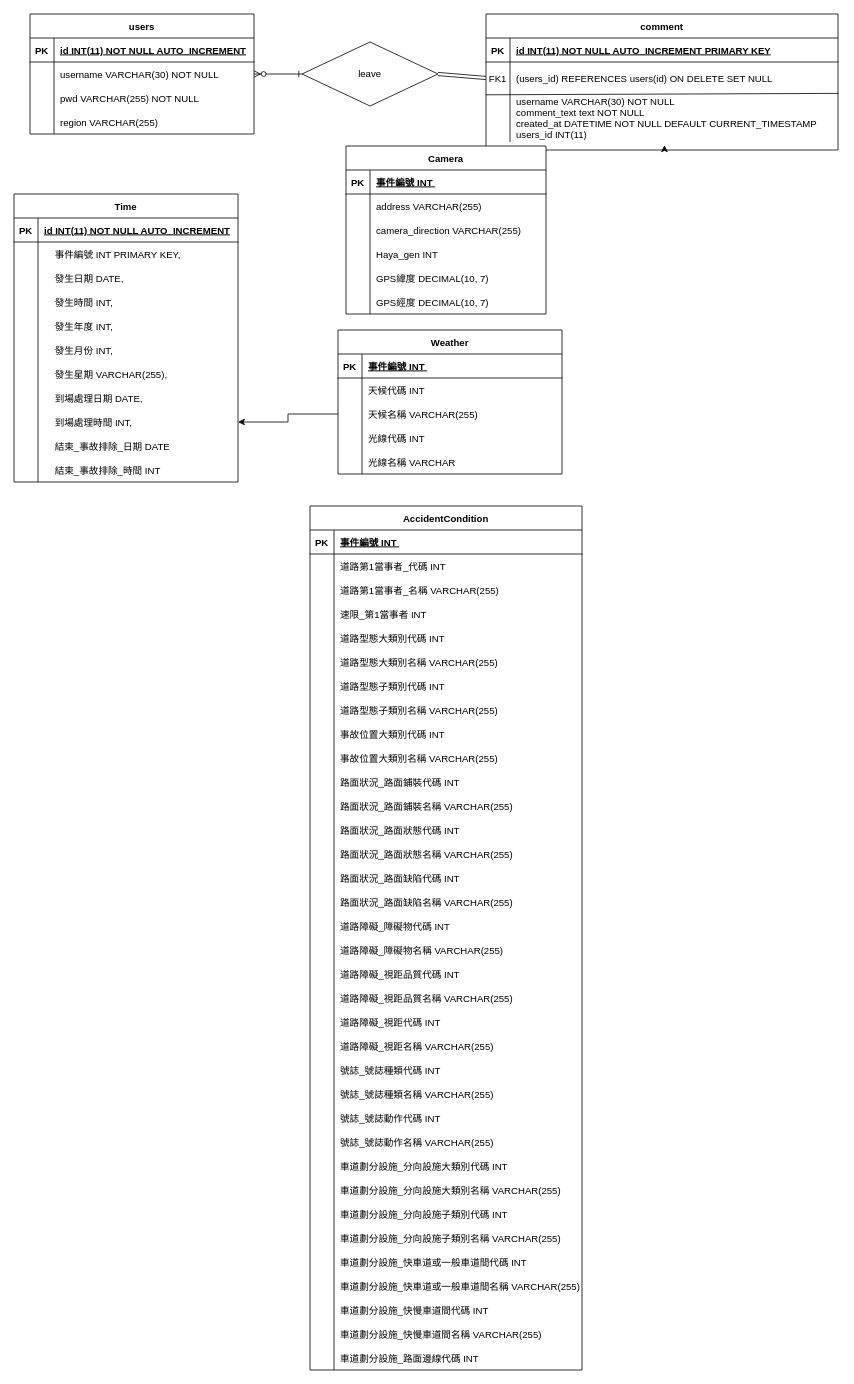
Earlier version of the draw.io diagram 未命名绘图.drawio (Allenwang2004/DatabaseFinalproject). Source tidied: cells renumbered, new cells numbered last; positions are measured from the earlier drawing's top-left corner, leaving out a move shared by most shapes. Both pictures are drawn from the tidied source at 80%, with x=0, y=0 at pixel (14, 14).
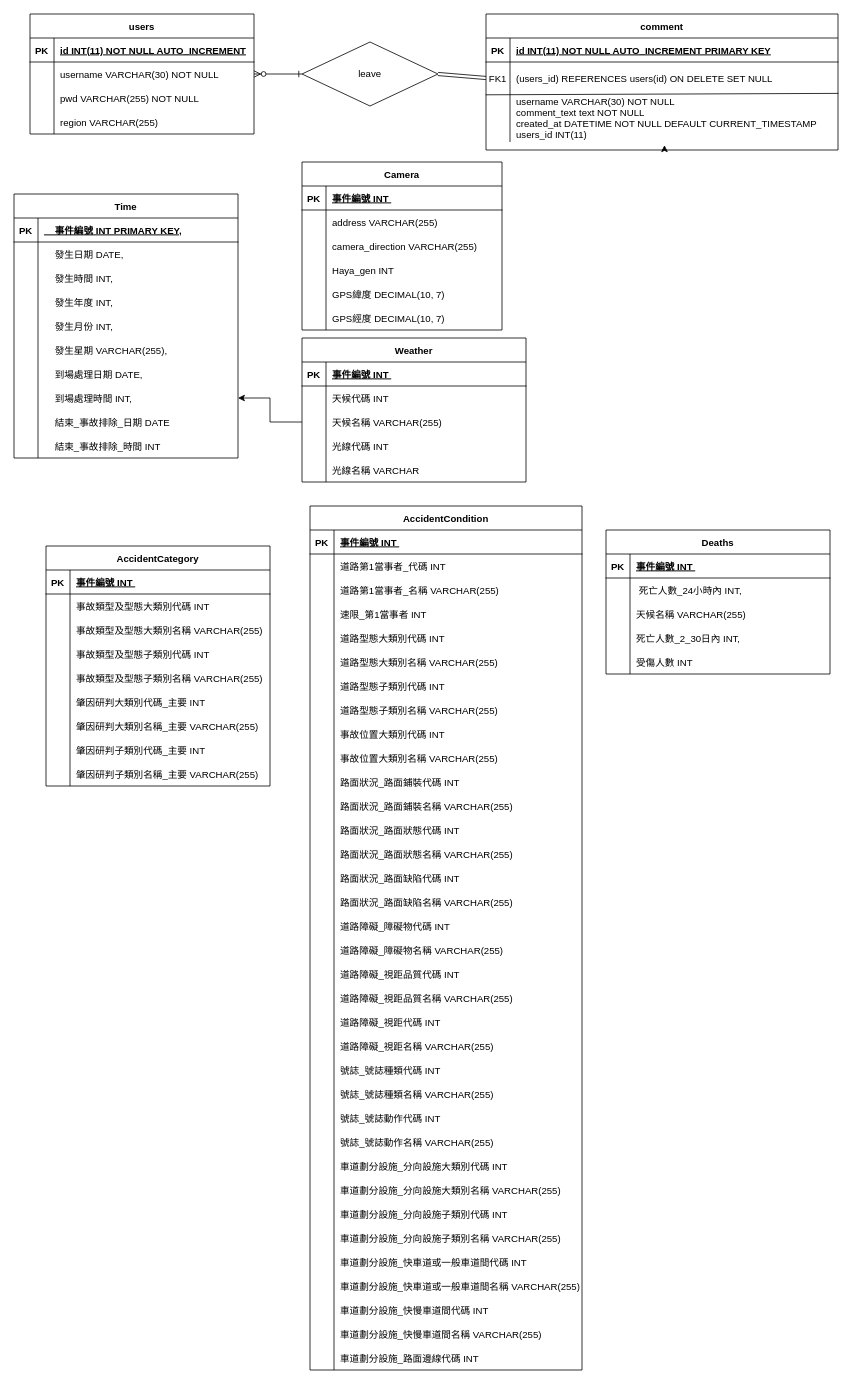
The same diagram, later.

Commit message (it also covers changes not shown here):
更新未命名绘图.drawio

Unchanged cells that the change refers to:
```xml
<mxCell id="48" style="shape=partialRectangle;fillColor=none;top=0;left=0;right=0;bottom=1;" parent="47" vertex="1">
  <mxGeometry y="30" width="280" height="30" as="geometry" />
</mxCell>
```

The edit, as a diff of the source:
```diff
@@
     <mxCell id="15" value="Camera" style="shape=table;startSize=30;childLayout=tableLayout;rowLines=0;fontStyle=1;align=center;" parent="1" vertex="1">
-      <mxGeometry x="415" y="165" width="250" height="210" as="geometry" />
+      <mxGeometry x="360" y="185" width="250" height="210" as="geometry" />
     </mxCell>
@@
     <mxCell id="47" value="Time" style="shape=table;startSize=30;childLayout=tableLayout;rowLines=0;fontStyle=1;align=center;" parent="1" vertex="1">
-      <mxGeometry y="225" width="280" height="360" as="geometry" />
+      <mxGeometry y="225" width="280" height="330" as="geometry" />
     </mxCell>
@@
-    <mxCell id="50" value="id INT(11) NOT NULL AUTO_INCREMENT" style="shape=partialRectangle;overflow=hidden;fillColor=none;top=0;left=0;bottom=0;right=0;align=left;spacingLeft=6;fontStyle=5;" parent="48" vertex="1">
+    <mxCell id="50" value="    事件編號 INT PRIMARY KEY," style="shape=partialRectangle;overflow=hidden;fillColor=none;top=0;left=0;bottom=0;right=0;align=left;spacingLeft=6;fontStyle=5;" parent="48" vertex="1">
       <mxGeometry x="30" width="250" height="30" as="geometry" />
     </mxCell>
-    <mxCell id="51" style="shape=partialRectangle;fillColor=none;top=0;left=0;right=0;bottom=0;" parent="47" vertex="1">
-      <mxGeometry y="60" width="280" height="30" as="geometry" />
-    </mxCell>
-    <mxCell id="52" style="shape=partialRectangle;overflow=hidden;fillColor=none;top=0;left=0;bottom=0;right=0;" parent="51" vertex="1">
-      <mxGeometry width="30" height="30" as="geometry" />
-    </mxCell>
-    <mxCell id="53" value="    事件編號 INT PRIMARY KEY," style="shape=partialRectangle;overflow=hidden;fillColor=none;top=0;left=0;bottom=0;right=0;align=left;spacingLeft=6;" parent="51" vertex="1">
-      <mxGeometry x="30" width="250" height="30" as="geometry" />
-    </mxCell>
     <mxCell id="54" style="shape=partialRectangle;fillColor=none;top=0;left=0;right=0;bottom=0;" parent="47" vertex="1">
-      <mxGeometry y="90" width="280" height="30" as="geometry" />
+      <mxGeometry y="60" width="280" height="30" as="geometry" />
     </mxCell>
@@
     <mxCell id="57" style="shape=partialRectangle;fillColor=none;top=0;left=0;right=0;bottom=0;" parent="47" vertex="1">
-      <mxGeometry y="120" width="280" height="30" as="geometry" />
+      <mxGeometry y="90" width="280" height="30" as="geometry" />
     </mxCell>
@@
     <mxCell id="60" style="shape=partialRectangle;fillColor=none;top=0;left=0;right=0;bottom=0;" parent="47" vertex="1">
-      <mxGeometry y="150" width="280" height="30" as="geometry" />
+      <mxGeometry y="120" width="280" height="30" as="geometry" />
     </mxCell>
@@
     <mxCell id="63" style="shape=partialRectangle;fillColor=none;top=0;left=0;right=0;bottom=0;" parent="47" vertex="1">
-      <mxGeometry y="180" width="280" height="30" as="geometry" />
+      <mxGeometry y="150" width="280" height="30" as="geometry" />
     </mxCell>
@@
     <mxCell id="66" style="shape=partialRectangle;fillColor=none;top=0;left=0;right=0;bottom=0;" parent="47" vertex="1">
-      <mxGeometry y="210" width="280" height="30" as="geometry" />
+      <mxGeometry y="180" width="280" height="30" as="geometry" />
     </mxCell>
@@
     <mxCell id="69" style="shape=partialRectangle;fillColor=none;top=0;left=0;right=0;bottom=0;" parent="47" vertex="1">
-      <mxGeometry y="240" width="280" height="30" as="geometry" />
+      <mxGeometry y="210" width="280" height="30" as="geometry" />
     </mxCell>
@@
     <mxCell id="72" style="shape=partialRectangle;fillColor=none;points=[[0,0.5],[1,0.5]];portConstraint=eastwest;top=0;left=0;right=0;bottom=0;" parent="47" vertex="1">
-      <mxGeometry y="270" width="280" height="30" as="geometry" />
+      <mxGeometry y="240" width="280" height="30" as="geometry" />
     </mxCell>
@@
     <mxCell id="75" style="shape=partialRectangle;fillColor=none;top=0;left=0;right=0;bottom=0;" parent="47" vertex="1">
-      <mxGeometry y="300" width="280" height="30" as="geometry" />
+      <mxGeometry y="270" width="280" height="30" as="geometry" />
     </mxCell>
@@
     <mxCell id="78" style="shape=partialRectangle;fillColor=none;top=0;left=0;right=0;bottom=0;" parent="47" vertex="1">
-      <mxGeometry y="330" width="280" height="30" as="geometry" />
+      <mxGeometry y="300" width="280" height="30" as="geometry" />
     </mxCell>
@@
     <mxCell id="82" value="Weather" style="shape=table;startSize=30;childLayout=tableLayout;rowLines=0;fontStyle=1;align=center;" parent="1" vertex="1">
-      <mxGeometry x="405" y="395" width="280" height="180" as="geometry" />
+      <mxGeometry x="360" y="405" width="280" height="180" as="geometry" />
     </mxCell>
@@
+    <mxCell id="206" value="AccidentCategory" style="shape=table;startSize=30;childLayout=tableLayout;rowLines=0;fontStyle=1;align=center;" parent="1" vertex="1">
+      <mxGeometry x="40" y="665" width="280" height="300" as="geometry" />
+    </mxCell>
+    <mxCell id="207" style="shape=partialRectangle;fillColor=none;top=0;left=0;right=0;bottom=1;" parent="206" vertex="1">
+      <mxGeometry y="30" width="280" height="30" as="geometry" />
+    </mxCell>
+    <mxCell id="208" value="PK" style="shape=partialRectangle;overflow=hidden;fillColor=none;top=0;left=0;bottom=0;right=0;fontStyle=1;" parent="207" vertex="1">
+      <mxGeometry width="30" height="30" as="geometry" />
+    </mxCell>
+    <mxCell id="209" value="事件編號 INT " style="shape=partialRectangle;overflow=hidden;fillColor=none;top=0;left=0;bottom=0;right=0;align=left;spacingLeft=6;fontStyle=5;" parent="207" vertex="1">
+      <mxGeometry x="30" width="250" height="30" as="geometry" />
+    </mxCell>
+    <mxCell id="210" style="shape=partialRectangle;fillColor=none;top=0;left=0;right=0;bottom=0;" parent="206" vertex="1">
+      <mxGeometry y="60" width="280" height="30" as="geometry" />
+    </mxCell>
+    <mxCell id="211" style="shape=partialRectangle;overflow=hidden;fillColor=none;top=0;left=0;bottom=0;right=0;" parent="210" vertex="1">
+      <mxGeometry width="30" height="30" as="geometry" />
+    </mxCell>
+    <mxCell id="212" value="事故類型及型態大類別代碼 INT" style="shape=partialRectangle;overflow=hidden;fillColor=none;top=0;left=0;bottom=0;right=0;align=left;spacingLeft=6;" parent="210" vertex="1">
+      <mxGeometry x="30" width="250" height="30" as="geometry" />
+    </mxCell>
+    <mxCell id="213" style="shape=partialRectangle;fillColor=none;top=0;left=0;right=0;bottom=0;" parent="206" vertex="1">
+      <mxGeometry y="90" width="280" height="30" as="geometry" />
+    </mxCell>
+    <mxCell id="214" style="shape=partialRectangle;overflow=hidden;fillColor=none;top=0;left=0;bottom=0;right=0;" parent="213" vertex="1">
+      <mxGeometry width="30" height="30" as="geometry" />
+    </mxCell>
+    <mxCell id="215" value="事故類型及型態大類別名稱 VARCHAR(255)" style="shape=partialRectangle;overflow=hidden;fillColor=none;top=0;left=0;bottom=0;right=0;align=left;spacingLeft=6;" parent="213" vertex="1">
+      <mxGeometry x="30" width="250" height="30" as="geometry" />
+    </mxCell>
+    <mxCell id="216" style="shape=partialRectangle;fillColor=none;top=0;left=0;right=0;bottom=0;" parent="206" vertex="1">
+      <mxGeometry y="120" width="280" height="30" as="geometry" />
+    </mxCell>
+    <mxCell id="217" style="shape=partialRectangle;overflow=hidden;fillColor=none;top=0;left=0;bottom=0;right=0;" parent="216" vertex="1">
+      <mxGeometry width="30" height="30" as="geometry" />
+    </mxCell>
+    <mxCell id="218" value="事故類型及型態子類別代碼 INT" style="shape=partialRectangle;overflow=hidden;fillColor=none;top=0;left=0;bottom=0;right=0;align=left;spacingLeft=6;" parent="216" vertex="1">
+      <mxGeometry x="30" width="250" height="30" as="geometry" />
+    </mxCell>
+    <mxCell id="219" style="shape=partialRectangle;fillColor=none;top=0;left=0;right=0;bottom=0;" parent="206" vertex="1">
+      <mxGeometry y="150" width="280" height="30" as="geometry" />
+    </mxCell>
+    <mxCell id="220" style="shape=partialRectangle;overflow=hidden;fillColor=none;top=0;left=0;bottom=0;right=0;" parent="219" vertex="1">
+      <mxGeometry width="30" height="30" as="geometry" />
+    </mxCell>
+    <mxCell id="221" value="事故類型及型態子類別名稱 VARCHAR(255)" style="shape=partialRectangle;overflow=hidden;fillColor=none;top=0;left=0;bottom=0;right=0;align=left;spacingLeft=6;" parent="219" vertex="1">
+      <mxGeometry x="30" width="250" height="30" as="geometry" />
+    </mxCell>
+    <mxCell id="222" style="shape=partialRectangle;fillColor=none;top=0;left=0;right=0;bottom=0;" parent="206" vertex="1">
+      <mxGeometry y="180" width="280" height="30" as="geometry" />
+    </mxCell>
+    <mxCell id="223" style="shape=partialRectangle;overflow=hidden;fillColor=none;top=0;left=0;bottom=0;right=0;" parent="222" vertex="1">
+      <mxGeometry width="30" height="30" as="geometry" />
+    </mxCell>
+    <mxCell id="224" value="肇因研判大類別代碼_主要 INT" style="shape=partialRectangle;overflow=hidden;fillColor=none;top=0;left=0;bottom=0;right=0;align=left;spacingLeft=6;" parent="222" vertex="1">
+      <mxGeometry x="30" width="250" height="30" as="geometry" />
+    </mxCell>
+    <mxCell id="225" style="shape=partialRectangle;fillColor=none;top=0;left=0;right=0;bottom=0;" parent="206" vertex="1">
+      <mxGeometry y="210" width="280" height="30" as="geometry" />
+    </mxCell>
+    <mxCell id="226" style="shape=partialRectangle;overflow=hidden;fillColor=none;top=0;left=0;bottom=0;right=0;" parent="225" vertex="1">
+      <mxGeometry width="30" height="30" as="geometry" />
+    </mxCell>
+    <mxCell id="227" value="肇因研判大類別名稱_主要 VARCHAR(255)" style="shape=partialRectangle;overflow=hidden;fillColor=none;top=0;left=0;bottom=0;right=0;align=left;spacingLeft=6;" parent="225" vertex="1">
+      <mxGeometry x="30" width="250" height="30" as="geometry" />
+    </mxCell>
+    <mxCell id="228" style="shape=partialRectangle;fillColor=none;top=0;left=0;right=0;bottom=0;" parent="206" vertex="1">
+      <mxGeometry y="240" width="280" height="30" as="geometry" />
+    </mxCell>
+    <mxCell id="229" style="shape=partialRectangle;overflow=hidden;fillColor=none;top=0;left=0;bottom=0;right=0;" parent="228" vertex="1">
+      <mxGeometry width="30" height="30" as="geometry" />
+    </mxCell>
+    <mxCell id="230" value="肇因研判子類別代碼_主要 INT" style="shape=partialRectangle;overflow=hidden;fillColor=none;top=0;left=0;bottom=0;right=0;align=left;spacingLeft=6;" parent="228" vertex="1">
+      <mxGeometry x="30" width="250" height="30" as="geometry" />
+    </mxCell>
+    <mxCell id="231" style="shape=partialRectangle;fillColor=none;top=0;left=0;right=0;bottom=0;" parent="206" vertex="1">
+      <mxGeometry y="270" width="280" height="30" as="geometry" />
+    </mxCell>
+    <mxCell id="232" style="shape=partialRectangle;overflow=hidden;fillColor=none;top=0;left=0;bottom=0;right=0;" parent="231" vertex="1">
+      <mxGeometry width="30" height="30" as="geometry" />
+    </mxCell>
+    <mxCell id="233" value="肇因研判子類別名稱_主要 VARCHAR(255)" style="shape=partialRectangle;overflow=hidden;fillColor=none;top=0;left=0;bottom=0;right=0;align=left;spacingLeft=6;" parent="231" vertex="1">
+      <mxGeometry x="30" width="250" height="30" as="geometry" />
+    </mxCell>
+    <mxCell id="234" value="Deaths" style="shape=table;startSize=30;childLayout=tableLayout;rowLines=0;fontStyle=1;align=center;" parent="1" vertex="1">
+      <mxGeometry x="740" y="645" width="280" height="180" as="geometry" />
+    </mxCell>
+    <mxCell id="235" style="shape=partialRectangle;fillColor=none;top=0;left=0;right=0;bottom=1;" parent="234" vertex="1">
+      <mxGeometry y="30" width="280" height="30" as="geometry" />
+    </mxCell>
+    <mxCell id="236" value="PK" style="shape=partialRectangle;overflow=hidden;fillColor=none;top=0;left=0;bottom=0;right=0;fontStyle=1;" parent="235" vertex="1">
+      <mxGeometry width="30" height="30" as="geometry" />
+    </mxCell>
+    <mxCell id="237" value="事件編號 INT " style="shape=partialRectangle;overflow=hidden;fillColor=none;top=0;left=0;bottom=0;right=0;align=left;spacingLeft=6;fontStyle=5;" parent="235" vertex="1">
+      <mxGeometry x="30" width="250" height="30" as="geometry" />
+    </mxCell>
+    <mxCell id="238" style="shape=partialRectangle;fillColor=none;top=0;left=0;right=0;bottom=0;" parent="234" vertex="1">
+      <mxGeometry y="60" width="280" height="30" as="geometry" />
+    </mxCell>
+    <mxCell id="239" style="shape=partialRectangle;overflow=hidden;fillColor=none;top=0;left=0;bottom=0;right=0;" parent="238" vertex="1">
+      <mxGeometry width="30" height="30" as="geometry" />
+    </mxCell>
+    <mxCell id="240" value=" 死亡人數_24小時內 INT," style="shape=partialRectangle;overflow=hidden;fillColor=none;top=0;left=0;bottom=0;right=0;align=left;spacingLeft=6;" parent="238" vertex="1">
+      <mxGeometry x="30" width="250" height="30" as="geometry" />
+    </mxCell>
+    <mxCell id="241" style="shape=partialRectangle;fillColor=none;top=0;left=0;right=0;bottom=0;" parent="234" vertex="1">
+      <mxGeometry y="90" width="280" height="30" as="geometry" />
+    </mxCell>
+    <mxCell id="242" style="shape=partialRectangle;overflow=hidden;fillColor=none;top=0;left=0;bottom=0;right=0;" parent="241" vertex="1">
+      <mxGeometry width="30" height="30" as="geometry" />
+    </mxCell>
+    <mxCell id="243" value="天候名稱 VARCHAR(255)" style="shape=partialRectangle;overflow=hidden;fillColor=none;top=0;left=0;bottom=0;right=0;align=left;spacingLeft=6;" parent="241" vertex="1">
+      <mxGeometry x="30" width="250" height="30" as="geometry" />
+    </mxCell>
+    <mxCell id="244" style="shape=partialRectangle;fillColor=none;top=0;left=0;right=0;bottom=0;" parent="234" vertex="1">
+      <mxGeometry y="120" width="280" height="30" as="geometry" />
+    </mxCell>
+    <mxCell id="245" style="shape=partialRectangle;overflow=hidden;fillColor=none;top=0;left=0;bottom=0;right=0;" parent="244" vertex="1">
+      <mxGeometry width="30" height="30" as="geometry" />
+    </mxCell>
+    <mxCell id="246" value="死亡人數_2_30日內 INT," style="shape=partialRectangle;overflow=hidden;fillColor=none;top=0;left=0;bottom=0;right=0;align=left;spacingLeft=6;" parent="244" vertex="1">
+      <mxGeometry x="30" width="250" height="30" as="geometry" />
+    </mxCell>
+    <mxCell id="247" style="shape=partialRectangle;fillColor=none;top=0;left=0;right=0;bottom=0;" parent="234" vertex="1">
+      <mxGeometry y="150" width="280" height="30" as="geometry" />
+    </mxCell>
+    <mxCell id="248" style="shape=partialRectangle;overflow=hidden;fillColor=none;top=0;left=0;bottom=0;right=0;" parent="247" vertex="1">
+      <mxGeometry width="30" height="30" as="geometry" />
+    </mxCell>
+    <mxCell id="249" value="受傷人數 INT" style="shape=partialRectangle;overflow=hidden;fillColor=none;top=0;left=0;bottom=0;right=0;align=left;spacingLeft=6;" parent="247" vertex="1">
+      <mxGeometry x="30" width="250" height="30" as="geometry" />
+    </mxCell>
```
